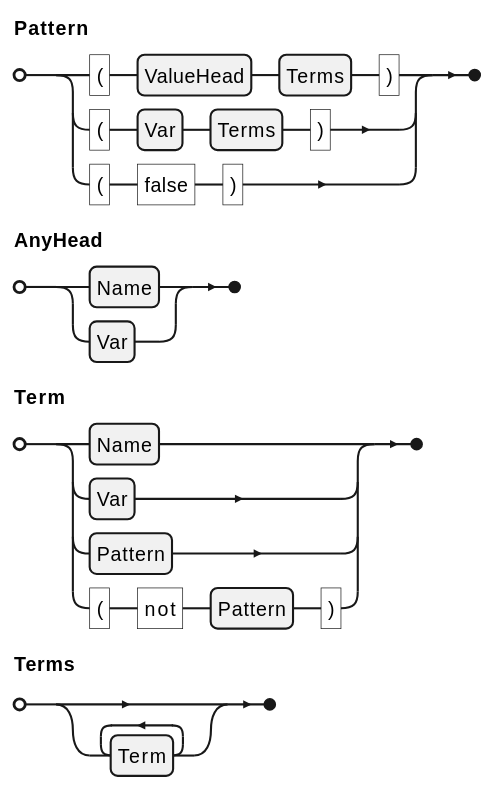
Before: docs/ein/user/04-reference/diagrams/01-grammar-phrase-pattern.svg, a diagram exported from PlantUML (agutikov/ein). Its source is kept beside it as docs/ein/user/04-reference/diagrams/01-grammar-phrase-pattern.puml. Source of this version:
```plantuml
@startebnf
Pattern = "(" , ValueHead , Terms , ")" | "(" , Var , Terms , ")" | "(" , "false" , ")" ;
AnyHead = Name | Var ;
Term = Name | Var | Pattern | "(" , "not" , Pattern , ")" ;
Terms = { Term } ;
@endebnf
```
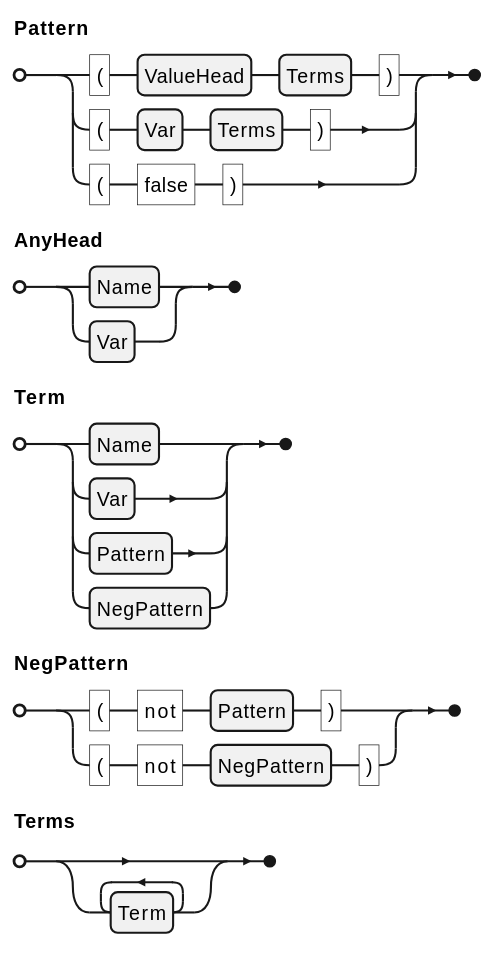
Above is the later version.

Change to the diagram source:
```diff
@@ -1,6 +1,7 @@
 @startebnf
 Pattern = "(" , ValueHead , Terms , ")" | "(" , Var , Terms , ")" | "(" , "false" , ")" ;
 AnyHead = Name | Var ;
-Term = Name | Var | Pattern | "(" , "not" , Pattern , ")" ;
+Term = Name | Var | Pattern | NegPattern ;
+NegPattern = "(" , "not" , Pattern , ")" | "(" , "not" , NegPattern , ")" ;
 Terms = { Term } ;
 @endebnf
```
